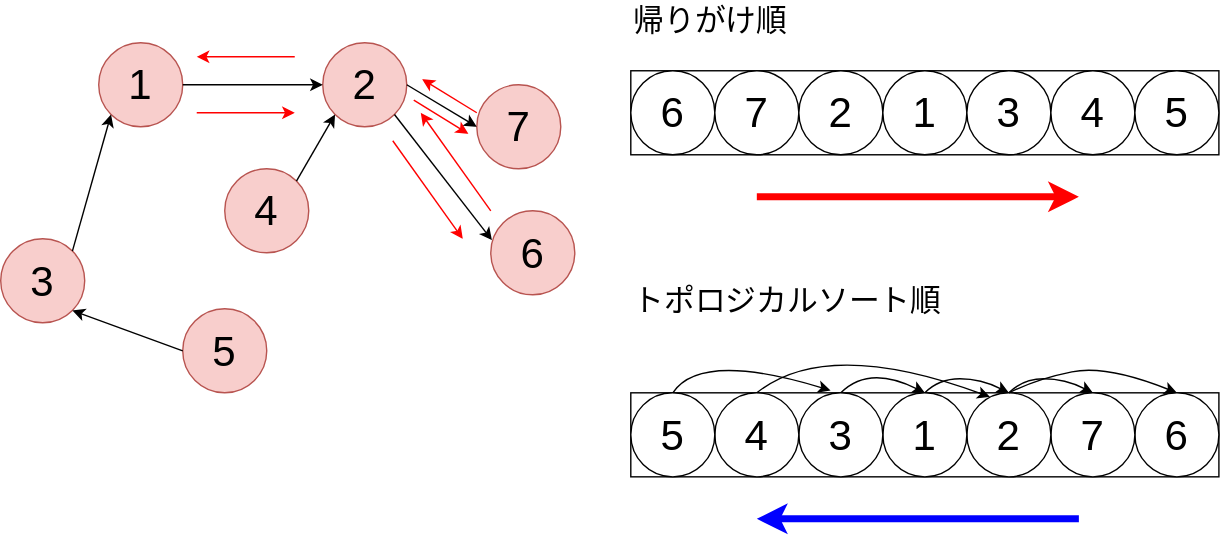
The draw.io diagram static/img/svg/Algorithm/topological-sort/topological-sort-17.drawio.svg in koseki2580/study-docs, before a commit. Source tidied: cells renumbered, new cells last; positions are measured from the earlier drawing's top-left corner, leaving out a move shared by most shapes.
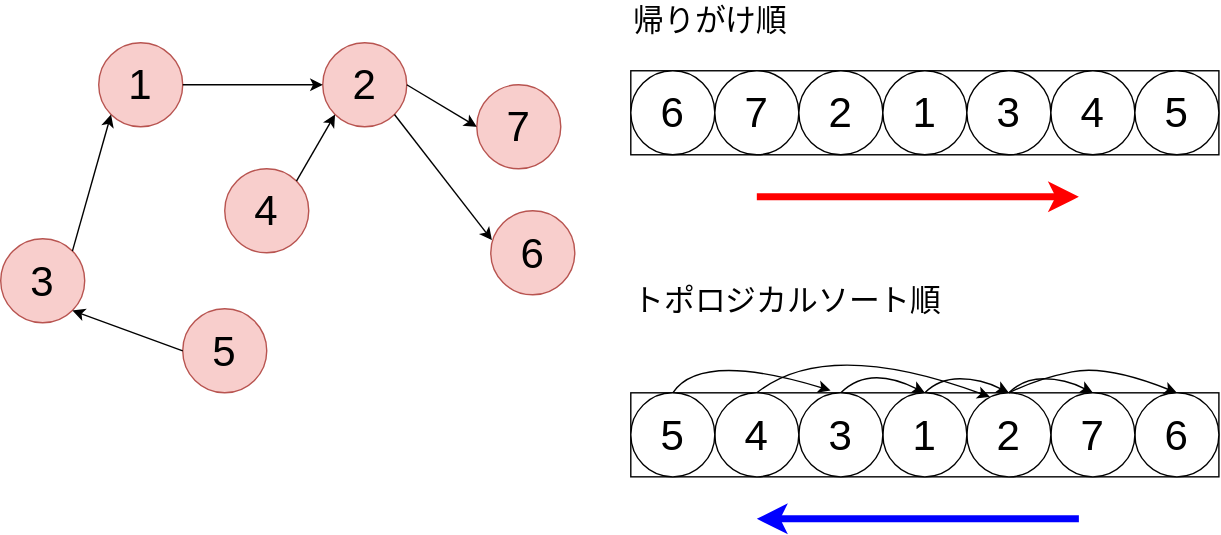
After the change.

The edit, as a diff of the source:
```diff
@@ -41,51 +41,15 @@
     <mxCell id="14" style="endArrow=classic;html=1;fontSize=30;exitX=1;exitY=1;exitDx=0;exitDy=0;entryX=0.014;entryY=0.35;entryDx=0;entryDy=0;entryPerimeter=0;" parent="1" edge="1" source="3" target="8">
       <mxGeometry relative="1" as="geometry" />
     </mxCell>
-    <mxCell id="15" style="endArrow=classic;html=1;strokeColor=#FF0000;" parent="1" edge="1">
-      <mxGeometry relative="1" as="geometry">
-        <mxPoint x="140" y="80" as="sourcePoint" />
-        <mxPoint x="210" y="80" as="targetPoint" />
-      </mxGeometry>
-    </mxCell>
-    <mxCell id="16" style="endArrow=classic;html=1;strokeColor=#FF0000;" parent="1" edge="1">
-      <mxGeometry relative="1" as="geometry">
-        <mxPoint x="280" y="100" as="sourcePoint" />
-        <mxPoint x="330" y="170" as="targetPoint" />
-      </mxGeometry>
-    </mxCell>
-    <mxCell id="17" style="endArrow=classic;html=1;strokeColor=#FF0000;" parent="1" edge="1">
-      <mxGeometry relative="1" as="geometry">
-        <mxPoint x="350" y="150" as="sourcePoint" />
-        <mxPoint x="300" y="80" as="targetPoint" />
-      </mxGeometry>
-    </mxCell>
     <mxCell id="18" style="rounded=0;whiteSpace=wrap;html=1;strokeColor=default;fillColor=default;" parent="1" vertex="1">
       <mxGeometry x="450" y="50" width="420" height="60" as="geometry" />
     </mxCell>
     <mxCell id="19" value="6" style="ellipse;whiteSpace=wrap;html=1;fontSize=30;" parent="1" vertex="1">
       <mxGeometry x="450" y="50" width="60" height="60" as="geometry" />
     </mxCell>
-    <mxCell id="20" style="endArrow=classic;html=1;strokeColor=#FF0000;" parent="1" edge="1">
-      <mxGeometry relative="1" as="geometry">
-        <mxPoint x="295" y="71" as="sourcePoint" />
-        <mxPoint x="334" y="95" as="targetPoint" />
-      </mxGeometry>
-    </mxCell>
-    <mxCell id="21" style="endArrow=classic;html=1;strokeColor=#FF0000;" parent="1" edge="1">
-      <mxGeometry relative="1" as="geometry">
-        <mxPoint x="340" y="80" as="sourcePoint" />
-        <mxPoint x="301" y="56" as="targetPoint" />
-      </mxGeometry>
-    </mxCell>
     <mxCell id="22" value="7" style="ellipse;whiteSpace=wrap;html=1;fontSize=30;" parent="1" vertex="1">
       <mxGeometry x="510" y="50" width="60" height="60" as="geometry" />
     </mxCell>
-    <mxCell id="23" style="endArrow=classic;html=1;strokeColor=#FF0000;" parent="1" edge="1">
-      <mxGeometry relative="1" as="geometry">
-        <mxPoint x="210" y="40" as="sourcePoint" />
-        <mxPoint x="140" y="40" as="targetPoint" />
-      </mxGeometry>
-    </mxCell>
     <mxCell id="24" value="2" style="ellipse;whiteSpace=wrap;html=1;fontSize=30;" parent="1" vertex="1">
       <mxGeometry x="570" y="50" width="60" height="60" as="geometry" />
     </mxCell>
```
